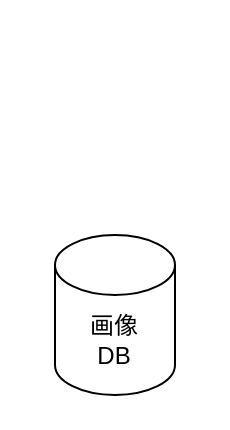
Before: potrait_db.drawio in checkking/diagrams, a draw.io diagram. Source tidied: cells renumbered, new cells numbered last; positions are measured from the earlier drawing's top-left corner, leaving out a move shared by most shapes. Both pictures are drawn from the tidied source at 200%, with x=0, y=0 at pixel (54, 234).
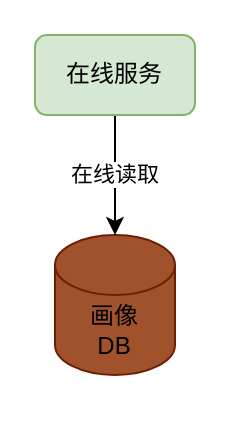
The same diagram, later.

Change to the diagram source:
```diff
@@
 <mxGraphModel>
   <root>
     <mxCell id="0" />
     <mxCell id="1" parent="0" />
-    <mxCell id="2" value="画像&lt;br&gt;DB" style="shape=cylinder3;whiteSpace=wrap;html=1;boundedLbl=1;backgroundOutline=1;size=15;" parent="1" vertex="1">
-      <mxGeometry width="60" height="80" as="geometry" />
+    <mxCell id="2" value="&lt;font color=&quot;#000000&quot;&gt;画像&lt;br&gt;DB&lt;/font&gt;" style="shape=cylinder3;whiteSpace=wrap;html=1;boundedLbl=1;backgroundOutline=1;size=15;fillColor=#a0522d;strokeColor=#6D1F00;fontColor=#ffffff;" parent="1" vertex="1">
+      <mxGeometry width="60" height="70" as="geometry" />
     </mxCell>
+    <mxCell id="3" value="在线读取" style="edgeStyle=orthogonalEdgeStyle;rounded=0;jettySize=auto;html=1;" parent="1" edge="1" source="4" target="2">
+      <mxGeometry relative="1" as="geometry">
+        <Array as="points">
+          <mxPoint x="30" y="-40" />
+          <mxPoint x="30" y="-40" />
+        </Array>
+      </mxGeometry>
+    </mxCell>
+    <mxCell id="4" value="在线服务" style="rounded=1;whiteSpace=wrap;html=1;fillColor=#d5e8d4;strokeColor=#82b366;" parent="1" vertex="1">
+      <mxGeometry x="-10" y="-100" width="80" height="40" as="geometry" />
+    </mxCell>
   </root>
 </mxGraphModel>
```
